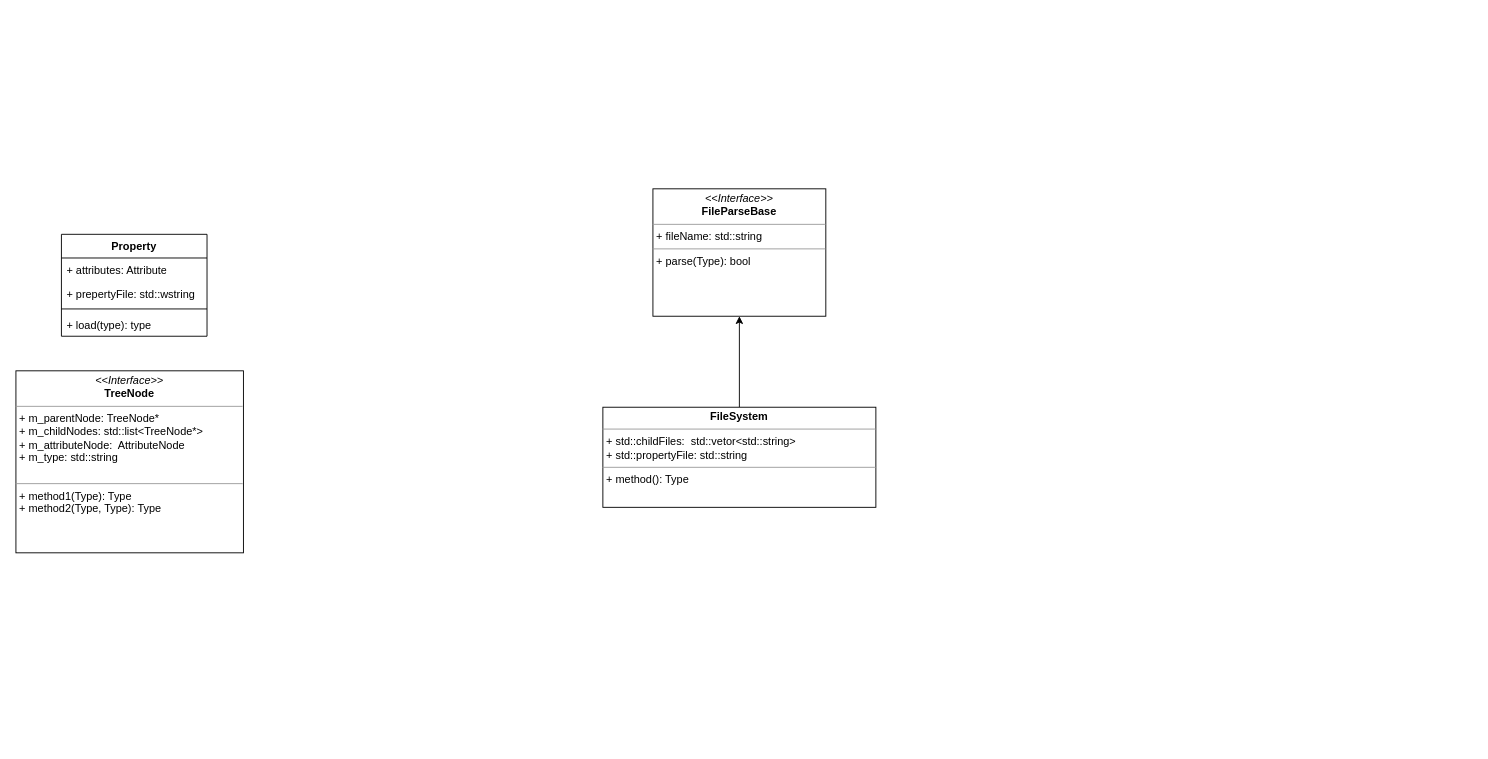
The draw.io diagram GIM解析结构设计.drawio in yzscodehub/Resource, before the edit. Source tidied: cells renumbered, new cells numbered last; positions are measured from the earlier drawing's top-left corner, leaving out a move shared by most shapes. Both pictures are drawn from the tidied source at 91%, with x=0, y=0 at pixel (15, 188).
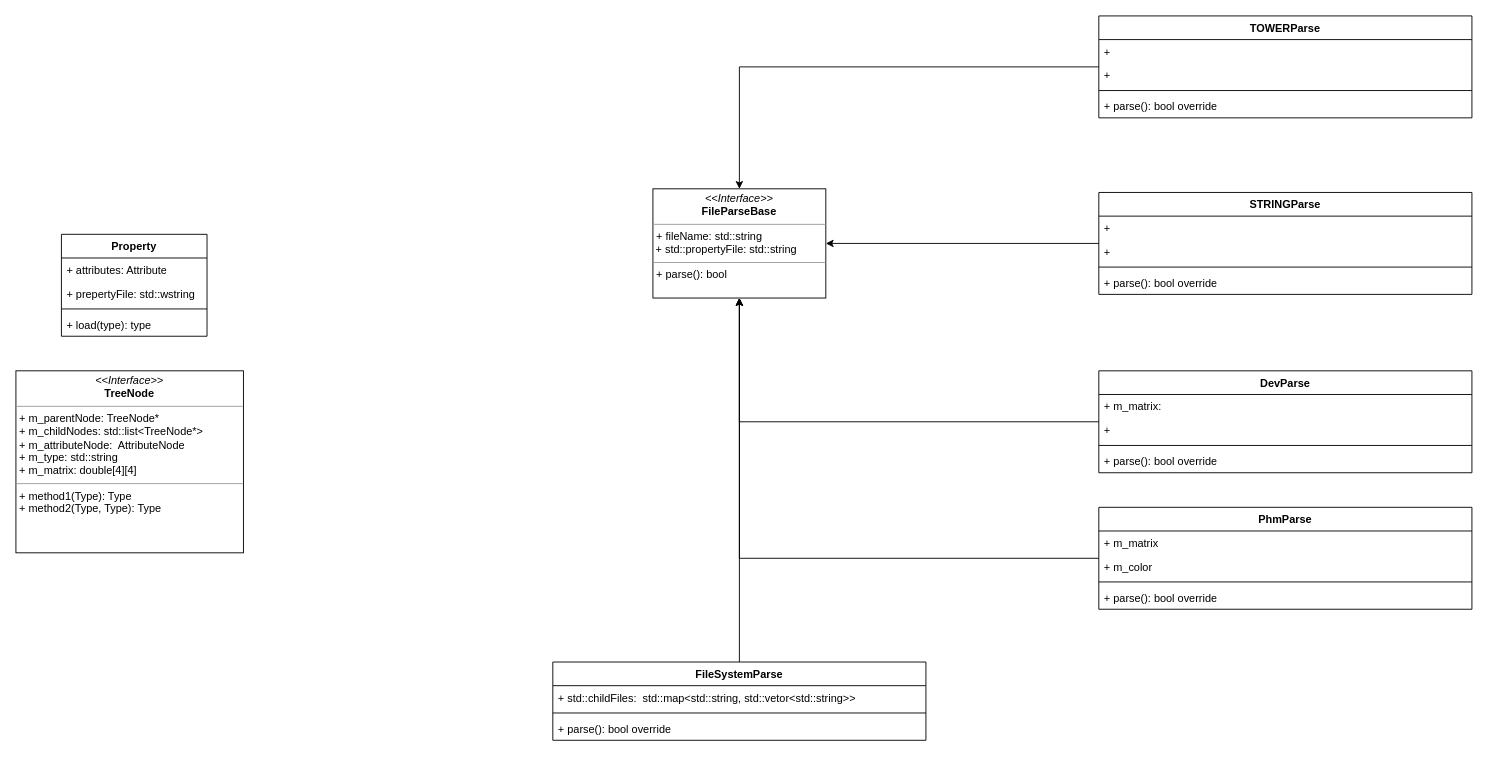
The same diagram, later.

Commit message:
更新GIM解析结构设计.drawio

Diff of the diagram source:
```diff
@@
-    <mxCell id="2" value="&lt;p style=&quot;margin:0px;margin-top:4px;text-align:center;&quot;&gt;&lt;i&gt;&amp;lt;&amp;lt;Interface&amp;gt;&amp;gt;&lt;/i&gt;&lt;br&gt;&lt;b&gt;TreeNode&lt;/b&gt;&lt;/p&gt;&lt;hr size=&quot;1&quot;&gt;&lt;p style=&quot;margin:0px;margin-left:4px;&quot;&gt;+ m_parentNode: TreeNode*&lt;br&gt;+ m_childNodes: std::list&amp;lt;TreeNode*&amp;gt;&lt;/p&gt;&lt;p style=&quot;margin:0px;margin-left:4px;&quot;&gt;+ m_attributeNode:&amp;nbsp; AttributeNode&lt;/p&gt;&lt;p style=&quot;margin:0px;margin-left:4px;&quot;&gt;+ m_type: std::string&lt;/p&gt;&lt;p style=&quot;margin:0px;margin-left:4px;&quot;&gt;&lt;br&gt;&lt;/p&gt;&lt;hr size=&quot;1&quot;&gt;&lt;p style=&quot;margin:0px;margin-left:4px;&quot;&gt;+ method1(Type): Type&lt;br&gt;+ method2(Type, Type): Type&lt;/p&gt;&lt;p style=&quot;margin:0px;margin-left:4px;&quot;&gt;&lt;br&gt;&lt;/p&gt;" style="verticalAlign=top;align=left;overflow=fill;fontSize=12;fontFamily=Helvetica;html=1;whiteSpace=wrap;" parent="1" vertex="1">
+    <mxCell id="2" value="&lt;p style=&quot;margin:0px;margin-top:4px;text-align:center;&quot;&gt;&lt;i&gt;&amp;lt;&amp;lt;Interface&amp;gt;&amp;gt;&lt;/i&gt;&lt;br&gt;&lt;b&gt;TreeNode&lt;/b&gt;&lt;/p&gt;&lt;hr size=&quot;1&quot;&gt;&lt;p style=&quot;margin:0px;margin-left:4px;&quot;&gt;+ m_parentNode: TreeNode*&lt;br&gt;+ m_childNodes: std::list&amp;lt;TreeNode*&amp;gt;&lt;/p&gt;&lt;p style=&quot;margin:0px;margin-left:4px;&quot;&gt;+ m_attributeNode:&amp;nbsp; AttributeNode&lt;/p&gt;&lt;p style=&quot;margin:0px;margin-left:4px;&quot;&gt;+ m_type: std::string&lt;/p&gt;&lt;p style=&quot;margin:0px;margin-left:4px;&quot;&gt;+ m_matrix: double[4][4]&lt;/p&gt;&lt;hr size=&quot;1&quot;&gt;&lt;p style=&quot;margin:0px;margin-left:4px;&quot;&gt;+ method1(Type): Type&lt;br&gt;+ method2(Type, Type): Type&lt;/p&gt;&lt;p style=&quot;margin:0px;margin-left:4px;&quot;&gt;&lt;br&gt;&lt;/p&gt;" style="verticalAlign=top;align=left;overflow=fill;fontSize=12;fontFamily=Helvetica;html=1;whiteSpace=wrap;" parent="1" vertex="1">
       <mxGeometry y="200" width="250" height="200" as="geometry" />
     </mxCell>
@@
-    <mxCell id="8" value="&lt;p style=&quot;margin:0px;margin-top:4px;text-align:center;&quot;&gt;&lt;i&gt;&amp;lt;&amp;lt;Interface&amp;gt;&amp;gt;&lt;/i&gt;&lt;br&gt;&lt;b&gt;FileParseBase&lt;/b&gt;&lt;/p&gt;&lt;hr size=&quot;1&quot;&gt;&lt;p style=&quot;margin:0px;margin-left:4px;&quot;&gt;+ fileName: std::string&lt;/p&gt;&lt;hr size=&quot;1&quot;&gt;&lt;p style=&quot;margin:0px;margin-left:4px;&quot;&gt;+ parse(Type): bool&lt;br&gt;&lt;/p&gt;" style="verticalAlign=top;align=left;overflow=fill;fontSize=12;fontFamily=Helvetica;html=1;whiteSpace=wrap;" parent="1" vertex="1">
-      <mxGeometry x="700" width="190" height="140" as="geometry" />
+    <mxCell id="8" value="&lt;p style=&quot;margin:0px;margin-top:4px;text-align:center;&quot;&gt;&lt;i&gt;&amp;lt;&amp;lt;Interface&amp;gt;&amp;gt;&lt;/i&gt;&lt;br&gt;&lt;b&gt;FileParseBase&lt;/b&gt;&lt;/p&gt;&lt;hr size=&quot;1&quot;&gt;&lt;p style=&quot;margin:0px;margin-left:4px;&quot;&gt;+ fileName: std::string&lt;/p&gt;&amp;nbsp;+ std::propertyFile: std::string&lt;hr size=&quot;1&quot;&gt;&lt;p style=&quot;margin:0px;margin-left:4px;&quot;&gt;+ parse(): bool&lt;br&gt;&lt;/p&gt;" style="verticalAlign=top;align=left;overflow=fill;fontSize=12;fontFamily=Helvetica;html=1;whiteSpace=wrap;" parent="1" vertex="1">
+      <mxGeometry x="700" width="190" height="120" as="geometry" />
     </mxCell>
-    <mxCell id="9" style="edgeStyle=orthogonalEdgeStyle;rounded=0;jettySize=auto;html=1;" parent="1" edge="1" source="10" target="8">
-      <mxGeometry relative="1" as="geometry" />
-    </mxCell>
-    <mxCell id="10" value="&lt;p style=&quot;margin:0px;margin-top:4px;text-align:center;&quot;&gt;&lt;b&gt;FileSystem&lt;/b&gt;&lt;/p&gt;&lt;hr size=&quot;1&quot;&gt;&lt;p style=&quot;margin:0px;margin-left:4px;&quot;&gt;+ std::childFiles:&amp;nbsp; std::vetor&amp;lt;std::string&amp;gt;&lt;/p&gt;&lt;p style=&quot;margin:0px;margin-left:4px;&quot;&gt;+ std::propertyFile: std::string&lt;/p&gt;&lt;hr size=&quot;1&quot;&gt;&lt;p style=&quot;margin:0px;margin-left:4px;&quot;&gt;+ method(): Type&lt;/p&gt;" style="verticalAlign=top;align=left;overflow=fill;fontSize=12;fontFamily=Helvetica;html=1;whiteSpace=wrap;" parent="1" vertex="1">
-      <mxGeometry x="645" y="240" width="300" height="110" as="geometry" />
-    </mxCell>
+    <mxCell id="11" style="edgeStyle=orthogonalEdgeStyle;rounded=0;jettySize=auto;html=1;" parent="1" edge="1" source="12" target="8">
+      <mxGeometry relative="1" as="geometry" />
+    </mxCell>
+    <mxCell id="12" value="&lt;b style=&quot;border-color: var(--border-color);&quot;&gt;FileSystemParse&lt;/b&gt;" style="swimlane;fontStyle=1;align=center;verticalAlign=top;horizontal=1;startSize=26;whiteSpace=wrap;html=1;" parent="1" vertex="1">
+      <mxGeometry x="590" y="520" width="410" height="86" as="geometry" />
+    </mxCell>
+    <mxCell id="13" value="+ std::childFiles:&amp;nbsp; std::map&amp;lt;std::string, std::vetor&amp;lt;std::string&amp;gt;&amp;gt;" style="text;strokeColor=none;fillColor=none;align=left;verticalAlign=top;spacingLeft=4;spacingRight=4;overflow=hidden;whiteSpace=wrap;html=1;" parent="12" vertex="1">
+      <mxGeometry y="26" width="410" height="26" as="geometry" />
+    </mxCell>
+    <mxCell id="14" style="line;strokeWidth=1;fillColor=none;align=left;verticalAlign=middle;spacingTop=-1;spacingLeft=3;spacingRight=3;labelPosition=right;strokeColor=inherit;" parent="12" vertex="1">
+      <mxGeometry y="52" width="410" height="8" as="geometry" />
+    </mxCell>
+    <mxCell id="15" value="+ parse(): bool override" style="text;strokeColor=none;fillColor=none;align=left;verticalAlign=top;spacingLeft=4;spacingRight=4;overflow=hidden;whiteSpace=wrap;html=1;" parent="12" vertex="1">
+      <mxGeometry y="60" width="410" height="26" as="geometry" />
+    </mxCell>
+    <mxCell id="16" style="edgeStyle=orthogonalEdgeStyle;rounded=0;jettySize=auto;html=1;" parent="1" edge="1" source="17" target="8">
+      <mxGeometry relative="1" as="geometry" />
+    </mxCell>
+    <mxCell id="17" value="&lt;b style=&quot;border-color: var(--border-color);&quot;&gt;TOWERParse&lt;/b&gt;" style="swimlane;fontStyle=1;align=center;verticalAlign=top;horizontal=1;startSize=26;whiteSpace=wrap;html=1;" parent="1" vertex="1">
+      <mxGeometry x="1190" y="-190" width="410" height="112" as="geometry" />
+    </mxCell>
+    <mxCell id="18" value="+&amp;nbsp;" style="text;strokeColor=none;fillColor=none;align=left;verticalAlign=top;spacingLeft=4;spacingRight=4;overflow=hidden;whiteSpace=wrap;html=1;" parent="17" vertex="1">
+      <mxGeometry y="26" width="410" height="26" as="geometry" />
+    </mxCell>
+    <mxCell id="19" value="+&amp;nbsp;" style="text;strokeColor=none;fillColor=none;align=left;verticalAlign=top;spacingLeft=4;spacingRight=4;overflow=hidden;whiteSpace=wrap;html=1;" parent="17" vertex="1">
+      <mxGeometry y="52" width="410" height="26" as="geometry" />
+    </mxCell>
+    <mxCell id="20" style="line;strokeWidth=1;fillColor=none;align=left;verticalAlign=middle;spacingTop=-1;spacingLeft=3;spacingRight=3;labelPosition=right;strokeColor=inherit;" parent="17" vertex="1">
+      <mxGeometry y="78" width="410" height="8" as="geometry" />
+    </mxCell>
+    <mxCell id="21" value="+ parse(): bool override" style="text;strokeColor=none;fillColor=none;align=left;verticalAlign=top;spacingLeft=4;spacingRight=4;overflow=hidden;whiteSpace=wrap;html=1;" parent="17" vertex="1">
+      <mxGeometry y="86" width="410" height="26" as="geometry" />
+    </mxCell>
+    <mxCell id="22" style="edgeStyle=orthogonalEdgeStyle;rounded=0;jettySize=auto;html=1;" parent="1" edge="1" source="23" target="8">
+      <mxGeometry relative="1" as="geometry" />
+    </mxCell>
+    <mxCell id="23" value="&lt;b style=&quot;border-color: var(--border-color);&quot;&gt;STRINGParse&lt;/b&gt;" style="swimlane;fontStyle=1;align=center;verticalAlign=top;horizontal=1;startSize=26;whiteSpace=wrap;html=1;" parent="1" vertex="1">
+      <mxGeometry x="1190" y="4" width="410" height="112" as="geometry" />
+    </mxCell>
+    <mxCell id="24" value="+&amp;nbsp;" style="text;strokeColor=none;fillColor=none;align=left;verticalAlign=top;spacingLeft=4;spacingRight=4;overflow=hidden;whiteSpace=wrap;html=1;" parent="23" vertex="1">
+      <mxGeometry y="26" width="410" height="26" as="geometry" />
+    </mxCell>
+    <mxCell id="25" value="+&amp;nbsp;" style="text;strokeColor=none;fillColor=none;align=left;verticalAlign=top;spacingLeft=4;spacingRight=4;overflow=hidden;whiteSpace=wrap;html=1;" parent="23" vertex="1">
+      <mxGeometry y="52" width="410" height="26" as="geometry" />
+    </mxCell>
+    <mxCell id="26" style="line;strokeWidth=1;fillColor=none;align=left;verticalAlign=middle;spacingTop=-1;spacingLeft=3;spacingRight=3;labelPosition=right;strokeColor=inherit;" parent="23" vertex="1">
+      <mxGeometry y="78" width="410" height="8" as="geometry" />
+    </mxCell>
+    <mxCell id="27" value="+ parse(): bool override" style="text;strokeColor=none;fillColor=none;align=left;verticalAlign=top;spacingLeft=4;spacingRight=4;overflow=hidden;whiteSpace=wrap;html=1;" parent="23" vertex="1">
+      <mxGeometry y="86" width="410" height="26" as="geometry" />
+    </mxCell>
+    <mxCell id="28" style="edgeStyle=orthogonalEdgeStyle;rounded=0;jettySize=auto;html=1;" parent="1" edge="1" source="29" target="8">
+      <mxGeometry relative="1" as="geometry" />
+    </mxCell>
+    <mxCell id="29" value="&lt;b style=&quot;border-color: var(--border-color);&quot;&gt;DevParse&lt;/b&gt;" style="swimlane;fontStyle=1;align=center;verticalAlign=top;horizontal=1;startSize=26;whiteSpace=wrap;html=1;" parent="1" vertex="1">
+      <mxGeometry x="1190" y="200" width="410" height="112" as="geometry" />
+    </mxCell>
+    <mxCell id="30" value="+ m_matrix:" style="text;strokeColor=none;fillColor=none;align=left;verticalAlign=top;spacingLeft=4;spacingRight=4;overflow=hidden;whiteSpace=wrap;html=1;" parent="29" vertex="1">
+      <mxGeometry y="26" width="410" height="26" as="geometry" />
+    </mxCell>
+    <mxCell id="31" value="+&amp;nbsp;" style="text;strokeColor=none;fillColor=none;align=left;verticalAlign=top;spacingLeft=4;spacingRight=4;overflow=hidden;whiteSpace=wrap;html=1;" parent="29" vertex="1">
+      <mxGeometry y="52" width="410" height="26" as="geometry" />
+    </mxCell>
+    <mxCell id="32" style="line;strokeWidth=1;fillColor=none;align=left;verticalAlign=middle;spacingTop=-1;spacingLeft=3;spacingRight=3;labelPosition=right;strokeColor=inherit;" parent="29" vertex="1">
+      <mxGeometry y="78" width="410" height="8" as="geometry" />
+    </mxCell>
+    <mxCell id="33" value="+ parse(): bool override" style="text;strokeColor=none;fillColor=none;align=left;verticalAlign=top;spacingLeft=4;spacingRight=4;overflow=hidden;whiteSpace=wrap;html=1;" parent="29" vertex="1">
+      <mxGeometry y="86" width="410" height="26" as="geometry" />
+    </mxCell>
+    <mxCell id="34" style="edgeStyle=orthogonalEdgeStyle;rounded=0;jettySize=auto;html=1;" parent="1" edge="1" source="35" target="8">
+      <mxGeometry relative="1" as="geometry" />
+    </mxCell>
+    <mxCell id="35" value="&lt;b style=&quot;border-color: var(--border-color);&quot;&gt;PhmParse&lt;/b&gt;" style="swimlane;fontStyle=1;align=center;verticalAlign=top;horizontal=1;startSize=26;whiteSpace=wrap;html=1;" parent="1" vertex="1">
+      <mxGeometry x="1190" y="350" width="410" height="112" as="geometry" />
+    </mxCell>
+    <mxCell id="36" value="+ m_matrix" style="text;strokeColor=none;fillColor=none;align=left;verticalAlign=top;spacingLeft=4;spacingRight=4;overflow=hidden;whiteSpace=wrap;html=1;" parent="35" vertex="1">
+      <mxGeometry y="26" width="410" height="26" as="geometry" />
+    </mxCell>
+    <mxCell id="37" value="+ m_color&lt;br&gt;&lt;br&gt;" style="text;strokeColor=none;fillColor=none;align=left;verticalAlign=top;spacingLeft=4;spacingRight=4;overflow=hidden;whiteSpace=wrap;html=1;" parent="35" vertex="1">
+      <mxGeometry y="52" width="410" height="26" as="geometry" />
+    </mxCell>
+    <mxCell id="38" style="line;strokeWidth=1;fillColor=none;align=left;verticalAlign=middle;spacingTop=-1;spacingLeft=3;spacingRight=3;labelPosition=right;strokeColor=inherit;" parent="35" vertex="1">
+      <mxGeometry y="78" width="410" height="8" as="geometry" />
+    </mxCell>
+    <mxCell id="39" value="+ parse(): bool override" style="text;strokeColor=none;fillColor=none;align=left;verticalAlign=top;spacingLeft=4;spacingRight=4;overflow=hidden;whiteSpace=wrap;html=1;" parent="35" vertex="1">
+      <mxGeometry y="86" width="410" height="26" as="geometry" />
+    </mxCell>
```
